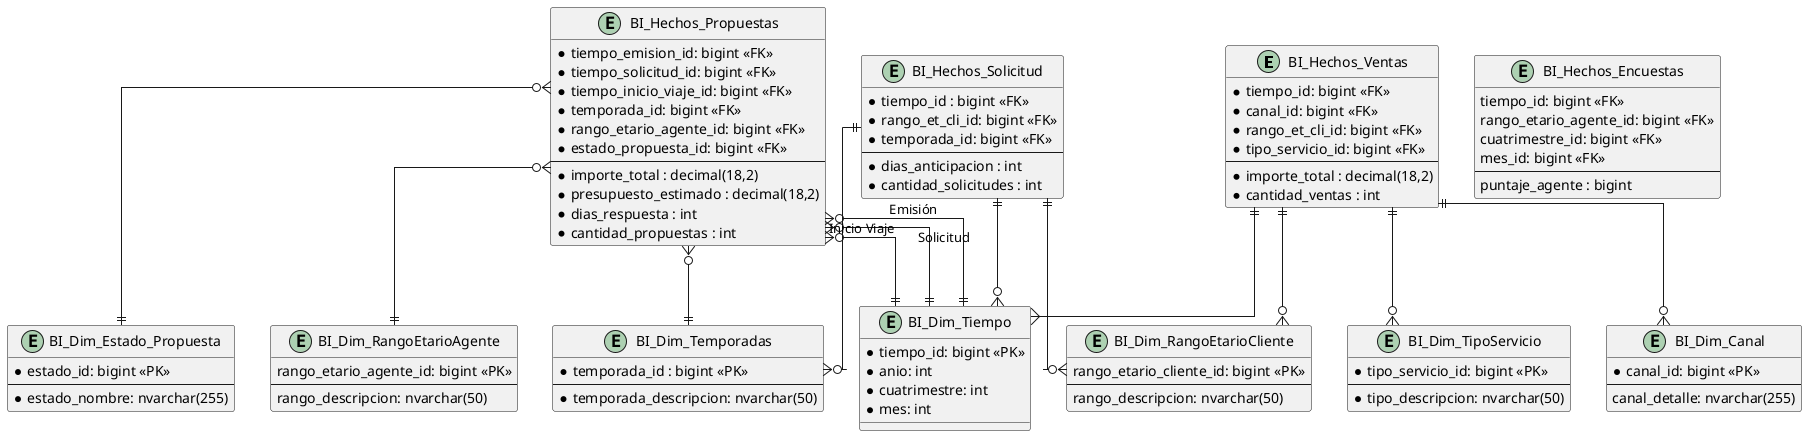
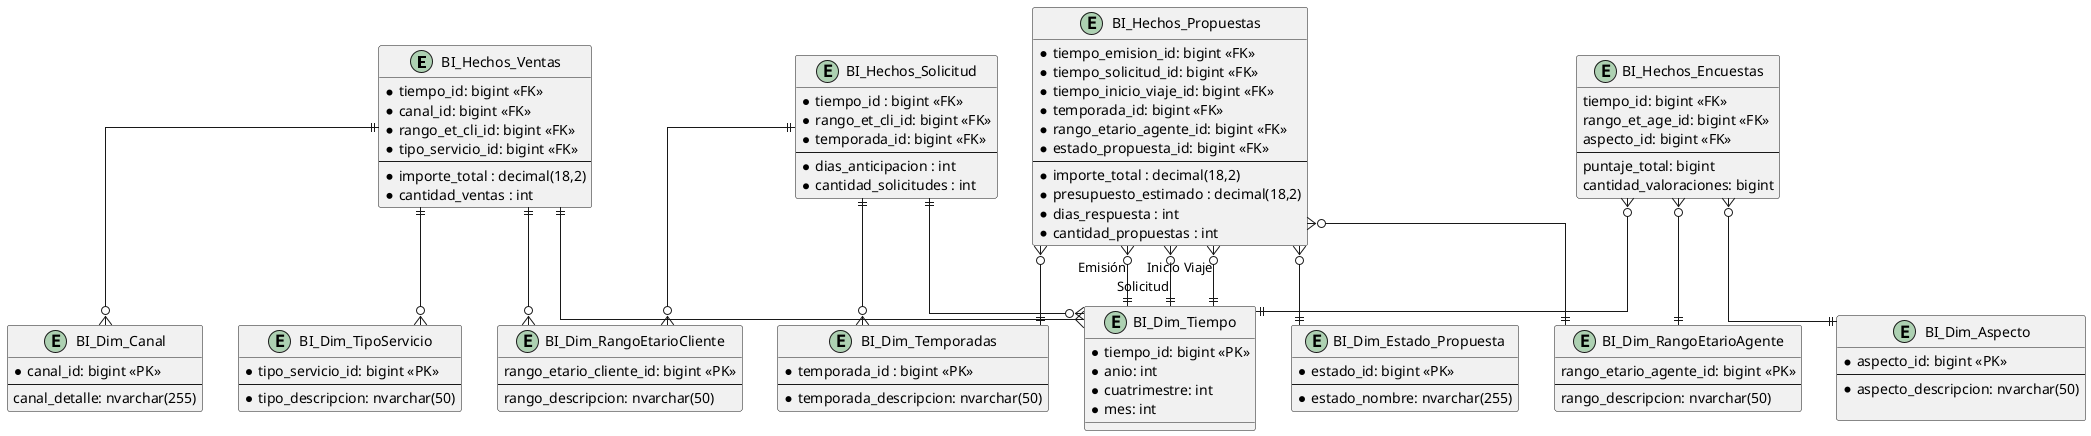
@startuml
'https://plantuml.com/class-diagram

' Configuración para que las líneas sean rectas
skinparam Linetype ortho
'https://plantuml.com/class-diagram

' ===============================
' HECHO VENTAS
' ===============================


entity BI_Hechos_Ventas {
    * tiempo_id: bigint <<FK>>
    * canal_id: bigint <<FK>>
    * rango_et_cli_id: bigint <<FK>>
    * tipo_servicio_id: bigint <<FK>>
    --
    * importe_total : decimal(18,2)
    * cantidad_ventas : int
}

' ===============================
' HECHO Solicitud
' ===============================


entity BI_Hechos_Solicitud{
    * tiempo_id : bigint <<FK>>
    * rango_et_cli_id: bigint <<FK>>
    * temporada_id: bigint <<FK>>
    --
    * dias_anticipacion : int
    * cantidad_solicitudes : int
}



' ===============================
' HECHO Propuesta
' ===============================


entity BI_Hechos_Propuestas{
    * tiempo_emision_id: bigint <<FK>>
    * tiempo_solicitud_id: bigint <<FK>>
    * tiempo_inicio_viaje_id: bigint <<FK>>
    * temporada_id: bigint <<FK>>
    * rango_etario_agente_id: bigint <<FK>>
    * estado_propuesta_id: bigint <<FK>>
    --
    * importe_total : decimal(18,2)
    * presupuesto_estimado : decimal(18,2)
    * dias_respuesta : int
    * cantidad_propuestas : int
}


' ===============================
' HECHO Encuesta
' ===============================

entity BI_Hechos_Encuestas{
    tiempo_id: bigint <<FK>>
-     rango_etario_agente_id: bigint <<FK>>
-     cuatrimestre_id: bigint <<FK>>
-     mes_id: bigint <<FK>>
+     rango_et_age_id: bigint <<FK>>
+     aspecto_id: bigint <<FK>>
    --
-     puntaje_agente : bigint
+     puntaje_total: bigint
+     cantidad_valoraciones: bigint
}

entity BI_Dim_Tiempo {
    * tiempo_id: bigint <<PK>>
    * anio: int
    * cuatrimestre: int
    * mes: int
}

entity BI_Dim_Canal {
    * canal_id: bigint <<PK>>
    --
    canal_detalle: nvarchar(255)
}

entity BI_Dim_RangoEtarioAgente{
    rango_etario_agente_id: bigint <<PK>>
    --
    rango_descripcion: nvarchar(50)
}

entity BI_Dim_RangoEtarioCliente{
    rango_etario_cliente_id: bigint <<PK>>
    --
    rango_descripcion: nvarchar(50)
}

entity BI_Dim_TipoServicio {
    * tipo_servicio_id: bigint <<PK>>
    --
    * tipo_descripcion: nvarchar(50)
}


entity BI_Dim_Temporadas{
    * temporada_id : bigint <<PK>>
    --
    * temporada_descripcion: nvarchar(50)
}


entity BI_Dim_Estado_Propuesta {
    * estado_id: bigint <<PK>>
    --
    * estado_nombre: nvarchar(255)
}

+ entity BI_Dim_Aspecto {
+     * aspecto_id: bigint <<PK>>
+     --
+     * aspecto_descripcion: nvarchar(50)
+ 
+ }
+ 
' ===============================
' RELACIONES (Hecho }o--|| Dimensión)
' ===============================

BI_Hechos_Ventas ||--{ BI_Dim_Tiempo
BI_Hechos_Ventas ||--o{ BI_Dim_RangoEtarioCliente
BI_Hechos_Ventas ||--o{ BI_Dim_Canal
BI_Hechos_Ventas||--o{ BI_Dim_TipoServicio


BI_Hechos_Solicitud ||--o{ BI_Dim_Tiempo
BI_Hechos_Solicitud ||--o{ BI_Dim_RangoEtarioCliente
BI_Hechos_Solicitud ||--o{BI_Dim_Temporadas

BI_Hechos_Propuestas }o--|| BI_Dim_Tiempo : "Emisión"
BI_Hechos_Propuestas }o--|| BI_Dim_Tiempo : "Solicitud"
BI_Hechos_Propuestas }o--|| BI_Dim_Tiempo : "Inicio Viaje"
BI_Hechos_Propuestas }o--|| BI_Dim_Temporadas
BI_Hechos_Propuestas }o--|| BI_Dim_RangoEtarioAgente
BI_Hechos_Propuestas }o--|| BI_Dim_Estado_Propuesta

+ BI_Hechos_Encuestas }o--|| BI_Dim_Tiempo
+ BI_Hechos_Encuestas }o--|| BI_Dim_RangoEtarioAgente
+ BI_Hechos_Encuestas }o--|| BI_Dim_Aspecto
+ 
@enduml
